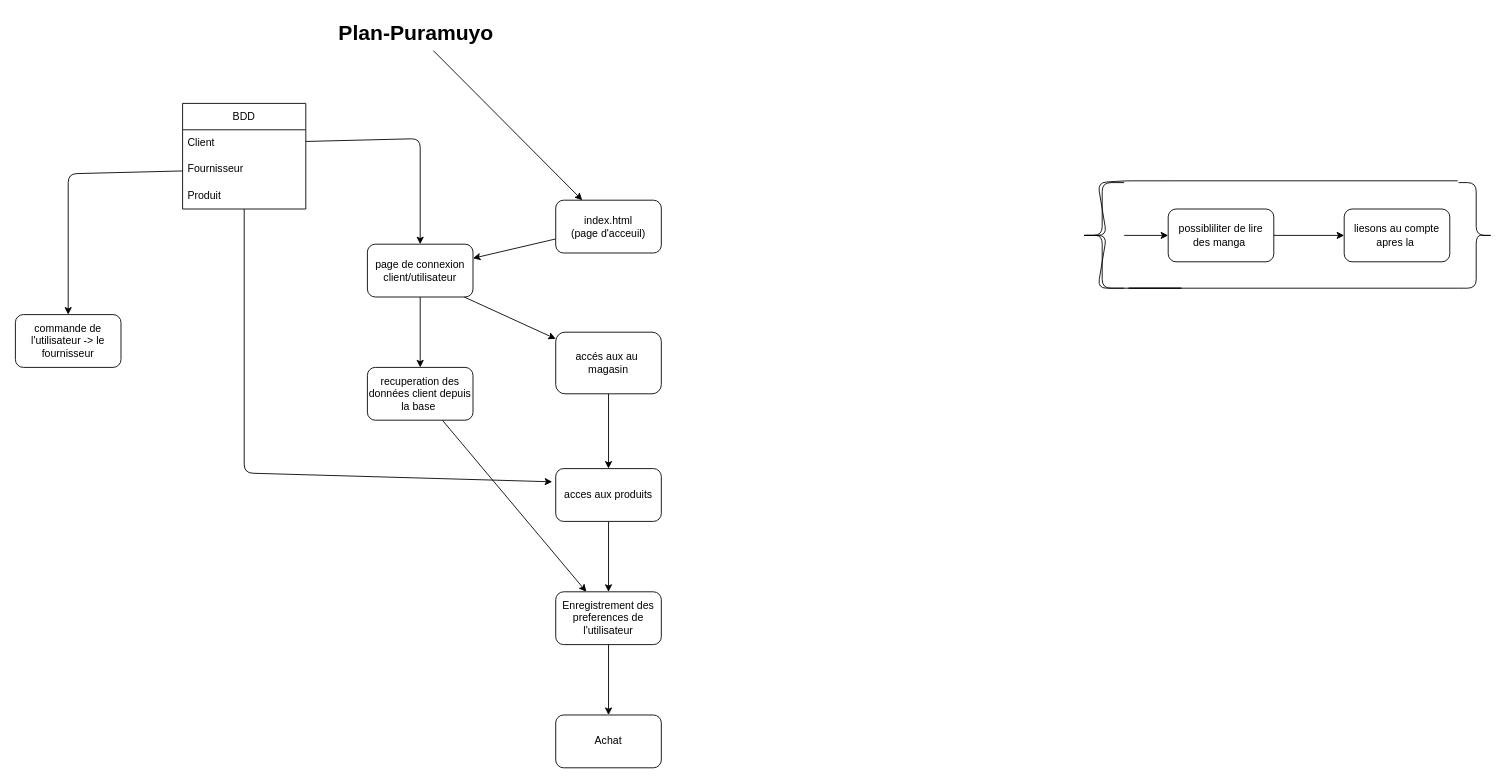
Earlier version of the draw.io diagram plan_site/plan01.drawio (aoh-puramuyo/puramuyo). Source tidied: cells renumbered, new cells numbered last; positions are measured from the earlier drawing's top-left corner, leaving out a move shared by most shapes. Both pictures are drawn from the tidied source at 88%, with x=0, y=0 at pixel (15, 15).
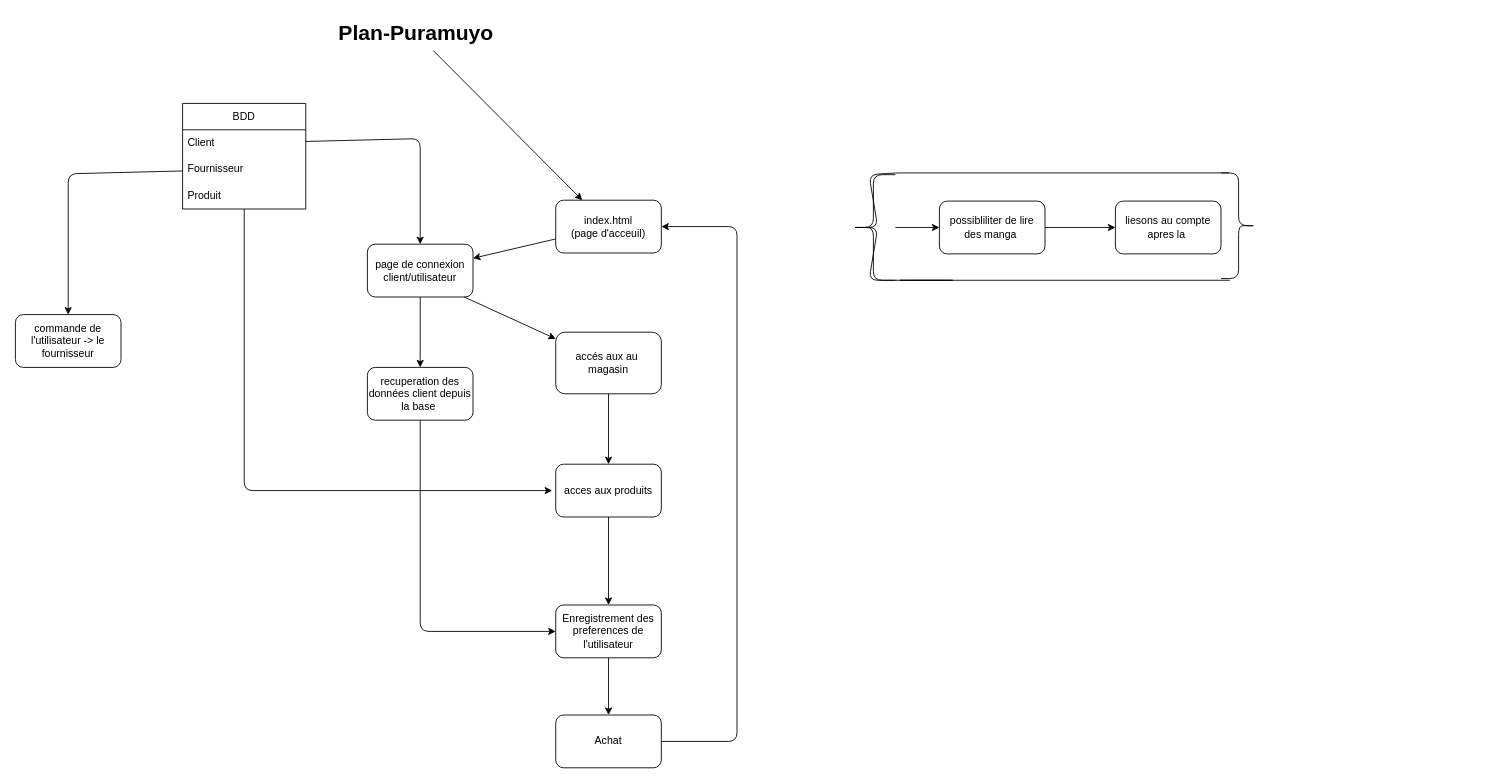
The same diagram, later.

Commit message (it also covers changes not shown here):
maj copy right

The change refers to these unchanged cells:
```xml
<mxCell id="5" value="index.html&lt;br&gt;(page d'acceuil)" style="rounded=1;whiteSpace=wrap;html=1;" parent="1" vertex="1">
  <mxGeometry x="614" y="210" width="120" height="60" as="geometry" />
</mxCell>
<mxCell id="9" value="recuperation des données client depuis la base&amp;nbsp;" style="whiteSpace=wrap;html=1;rounded=1;" parent="1" vertex="1">
  <mxGeometry x="400" y="400" width="120" height="60" as="geometry" />
</mxCell>
<mxCell id="23" value="Produit" style="text;strokeColor=none;fillColor=none;align=left;verticalAlign=middle;spacingLeft=4;spacingRight=4;overflow=hidden;points=[[0,0.5],[1,0.5]];portConstraint=eastwest;whiteSpace=wrap;html=1;" parent="20" vertex="1">
  <mxGeometry y="90" width="140" height="30" as="geometry" />
</mxCell>
<mxCell id="29" value="Achat" style="whiteSpace=wrap;html=1;rounded=1;" parent="1" vertex="1">
  <mxGeometry x="614" y="795" width="120" height="60" as="geometry" />
</mxCell>
```

Diff of the diagram source:
```diff
@@
-    <mxCell id="8" style="edgeStyle=none;html=1;" parent="1" edge="1" source="9" target="28">
-      <mxGeometry relative="1" as="geometry" />
+    <mxCell id="8" style="edgeStyle=none;html=1;exitX=0.5;exitY=1;exitDx=0;exitDy=0;" parent="1" edge="1" source="9" target="28">
+      <mxGeometry relative="1" as="geometry">
+        <Array as="points">
+          <mxPoint x="460" y="700" />
+        </Array>
+      </mxGeometry>
     </mxCell>
@@
     <mxCell id="14" value="possibliliter de lire des manga&amp;nbsp;" style="rounded=1;whiteSpace=wrap;html=1;" parent="1" vertex="1">
-      <mxGeometry x="1310" y="220" width="120" height="60" as="geometry" />
+      <mxGeometry x="1050" y="211" width="120" height="60" as="geometry" />
     </mxCell>
     <mxCell id="15" value="liesons au compte apres la&amp;nbsp;" style="whiteSpace=wrap;html=1;rounded=1;" parent="1" vertex="1">
-      <mxGeometry x="1510" y="220" width="120" height="60" as="geometry" />
+      <mxGeometry x="1250" y="211" width="120" height="60" as="geometry" />
     </mxCell>
@@
     <mxCell id="17" style="shape=curlyBracket;whiteSpace=wrap;html=1;rounded=1;labelPosition=left;verticalLabelPosition=middle;align=right;verticalAlign=middle;" parent="1" vertex="1">
-      <mxGeometry x="1210" y="190" width="50" height="120" as="geometry" />
+      <mxGeometry x="950" y="181" width="50" height="120" as="geometry" />
     </mxCell>
     <mxCell id="18" style="shape=curlyBracket;whiteSpace=wrap;html=1;rounded=1;flipH=1;labelPosition=right;verticalLabelPosition=middle;align=left;verticalAlign=middle;" parent="1" vertex="1">
-      <mxGeometry x="1640" y="190" width="40" height="120" as="geometry" />
+      <mxGeometry x="1370" y="179" width="40" height="120" as="geometry" />
     </mxCell>
-    <mxCell id="19" style="endArrow=none;html=1;entryX=1.025;entryY=-0.017;entryDx=0;entryDy=0;entryPerimeter=0;exitX=1;exitY=1;exitDx=0;exitDy=0;exitPerimeter=0;" parent="1" edge="1" source="18" target="18">
+    <mxCell id="19" style="endArrow=none;html=1;entryX=1.025;entryY=-0.017;entryDx=0;entryDy=0;entryPerimeter=0;exitX=1;exitY=1;exitDx=0;exitDy=0;exitPerimeter=0;" parent="1" edge="1">
       <mxGeometry relative="1" as="geometry">
+        <mxPoint x="1380" y="301" as="sourcePoint" />
+        <mxPoint x="1379" y="179" as="targetPoint" />
         <Array as="points">
-          <mxPoint x="1260" y="310" />
-          <mxPoint x="1330" y="310" />
-          <mxPoint x="1230" y="310" />
-          <mxPoint x="1240" y="250" />
-          <mxPoint x="1210" y="250" />
-          <mxPoint x="1240" y="250" />
-          <mxPoint x="1230" y="190" />
-          <mxPoint x="1260" y="188" />
+          <mxPoint x="1000" y="301" />
+          <mxPoint x="1070" y="301" />
+          <mxPoint x="970" y="301" />
+          <mxPoint x="980" y="241" />
+          <mxPoint x="950" y="241" />
+          <mxPoint x="980" y="241" />
+          <mxPoint x="970" y="181" />
+          <mxPoint x="1000" y="179" />
         </Array>
       </mxGeometry>
     </mxCell>
@@
     <mxCell id="26" value="acces aux produits" style="whiteSpace=wrap;html=1;rounded=1;" parent="1" vertex="1">
-      <mxGeometry x="614" y="515" width="120" height="60" as="geometry" />
+      <mxGeometry x="614" y="510" width="120" height="60" as="geometry" />
     </mxCell>
@@
     <mxCell id="28" value="Enregistrement des preferences de l'utilisateur" style="whiteSpace=wrap;html=1;rounded=1;" parent="1" vertex="1">
-      <mxGeometry x="614" y="655" width="120" height="60" as="geometry" />
+      <mxGeometry x="614" y="670" width="120" height="60" as="geometry" />
     </mxCell>
+    <mxCell id="33" style="edgeStyle=none;html=1;exitX=1;exitY=0.5;exitDx=0;exitDy=0;entryX=1;entryY=0.5;entryDx=0;entryDy=0;" parent="1" edge="1" source="29" target="5">
+      <mxGeometry relative="1" as="geometry">
+        <Array as="points">
+          <mxPoint x="820" y="825" />
+          <mxPoint x="820" y="240" />
+        </Array>
+      </mxGeometry>
+    </mxCell>
@@
     <mxCell id="30" style="edgeStyle=none;html=1;" parent="1" edge="1" source="23">
       <mxGeometry relative="1" as="geometry">
-        <mxPoint x="610" y="530" as="targetPoint" />
+        <mxPoint x="610" y="540" as="targetPoint" />
         <Array as="points">
-          <mxPoint x="260" y="520" />
+          <mxPoint x="260" y="540" />
         </Array>
       </mxGeometry>
     </mxCell>
```
